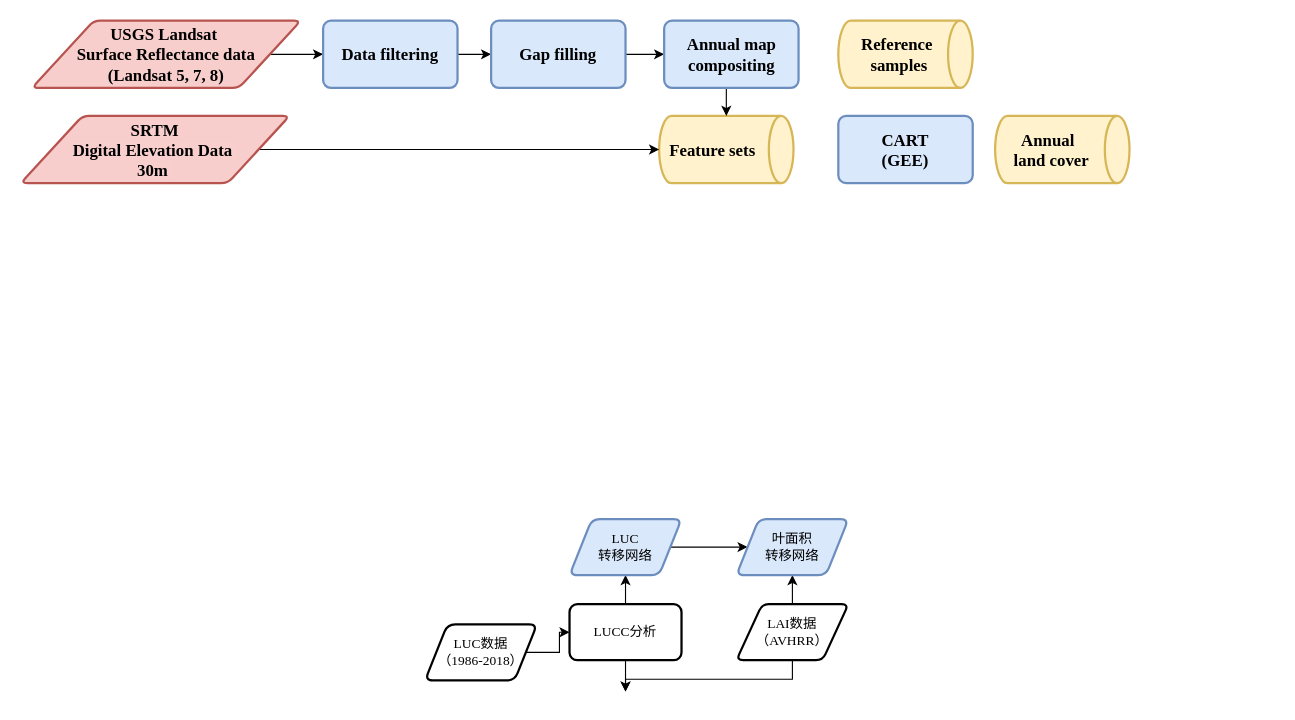
Earlier version of the draw.io diagram GEE_LC_GA.drawio (THRILLERLEMON/Draw.IO). Source tidied: cells renumbered, new cells numbered last; positions are measured from the earlier drawing's top-left corner, leaving out a move shared by most shapes. Both pictures are drawn from the tidied source at 112%, with x=0, y=0 at pixel (20, 20).
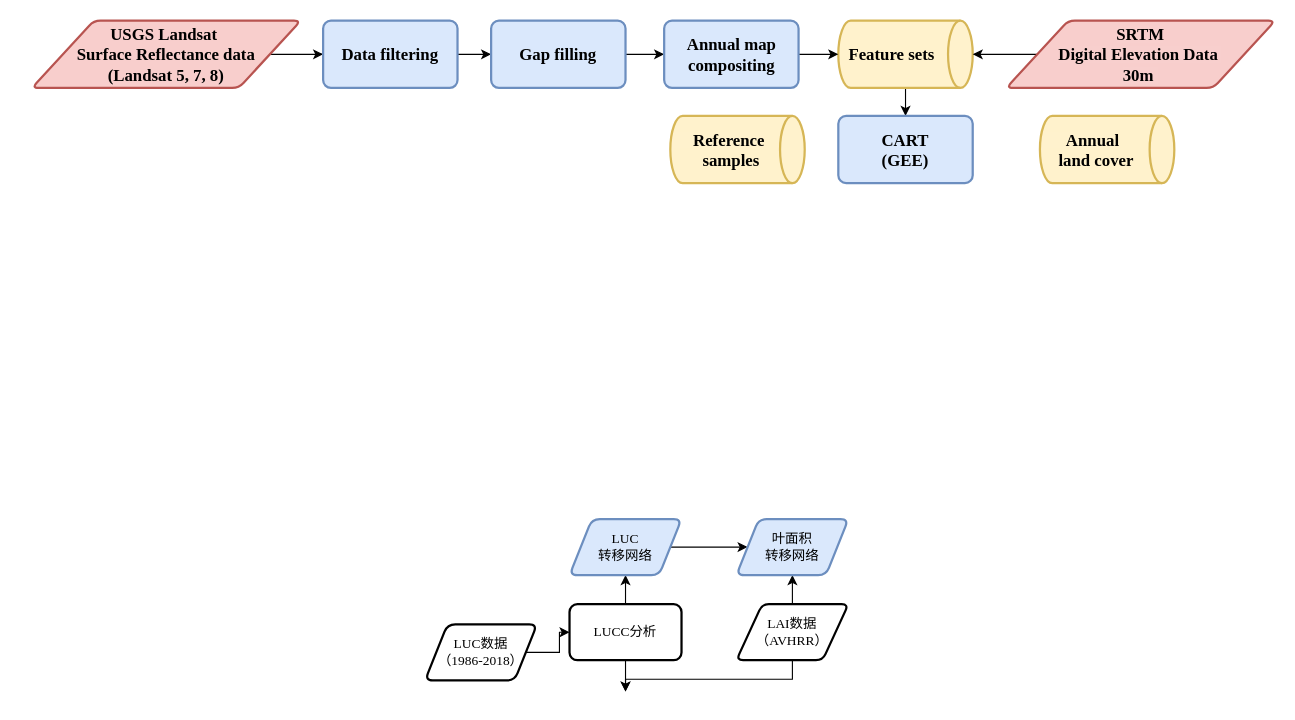
The same page after the edit.

The change refers to these unchanged cells:
```xml
<mxCell id="21" value="&lt;div style=&quot;resize: none ; outline: 0px ; font-size: 15px&quot;&gt;Annual map compositing&lt;/div&gt;" style="rounded=1;whiteSpace=wrap;html=1;absoluteArcSize=1;arcSize=14;strokeWidth=2;fontFamily=Times New Roman;fontSize=12;fontStyle=1;fillColor=#dae8fc;strokeColor=#6c8ebf;" parent="1" vertex="1">
  <mxGeometry x="574.5" width="120" height="60" as="geometry" />
</mxCell>
<mxCell id="25" value="&lt;div style=&quot;resize: none ; outline: 0px ; font-size: 15px&quot;&gt;CART&lt;/div&gt;&lt;div style=&quot;resize: none ; outline: 0px ; font-size: 15px&quot;&gt;(GEE)&lt;/div&gt;" style="rounded=1;whiteSpace=wrap;html=1;absoluteArcSize=1;arcSize=14;strokeWidth=2;fontFamily=Times New Roman;fontSize=12;fontStyle=1;fillColor=#dae8fc;strokeColor=#6c8ebf;" parent="1" vertex="1">
  <mxGeometry x="730" y="85" width="120" height="60" as="geometry" />
</mxCell>
```

Change to the diagram source:
```diff
@@
+    <mxCell id="27" style="edgeStyle=orthogonalEdgeStyle;rounded=0;jettySize=auto;html=1;exitX=0.5;exitY=1;exitDx=0;exitDy=0;exitPerimeter=0;entryX=0.5;entryY=0;entryDx=0;entryDy=0;" parent="1" edge="1" source="8" target="25">
+      <mxGeometry relative="1" as="geometry" />
+    </mxCell>
     <mxCell id="8" value="&lt;span style=&quot;font-size: 15px ; font-weight: 700&quot;&gt;&amp;nbsp; Feature sets&lt;/span&gt;" style="strokeWidth=2;html=1;shape=mxgraph.flowchart.direct_data;whiteSpace=wrap;fontFamily=Times New Roman;fontSize=12;align=left;fillColor=#fff2cc;strokeColor=#d6b656;" parent="1" vertex="1">
-      <mxGeometry x="570" y="85" width="120" height="60" as="geometry" />
+      <mxGeometry x="730" width="120" height="60" as="geometry" />
     </mxCell>
@@
-    <mxCell id="20" style="edgeStyle=orthogonalEdgeStyle;rounded=0;jettySize=auto;html=1;exitX=0.5;exitY=1;exitDx=0;exitDy=0;entryX=0.5;entryY=0;entryDx=0;entryDy=0;entryPerimeter=0;" parent="1" edge="1" source="21" target="8">
+    <mxCell id="20" style="edgeStyle=orthogonalEdgeStyle;rounded=0;jettySize=auto;html=1;exitX=1;exitY=0.5;exitDx=0;exitDy=0;entryX=0;entryY=0.5;entryDx=0;entryDy=0;entryPerimeter=0;" parent="1" edge="1" source="21" target="8">
       <mxGeometry relative="1" as="geometry" />
     </mxCell>
@@
-    <mxCell id="22" style="edgeStyle=orthogonalEdgeStyle;rounded=0;jettySize=auto;html=1;entryX=0;entryY=0.5;entryDx=0;entryDy=0;entryPerimeter=0;" parent="1" edge="1" source="23" target="8">
+    <mxCell id="22" style="edgeStyle=orthogonalEdgeStyle;rounded=0;jettySize=auto;html=1;entryX=1;entryY=0.5;entryDx=0;entryDy=0;entryPerimeter=0;" parent="1" edge="1" source="23" target="8">
       <mxGeometry relative="1" as="geometry" />
     </mxCell>
     <mxCell id="23" value="&lt;div style=&quot;resize: none ; outline: 0px ; font-size: 15px ; font-weight: 700&quot;&gt;&lt;span style=&quot;background-color: rgba(255 , 255 , 255 , 0.01)&quot;&gt;SRTM&lt;/span&gt;&lt;/div&gt;&lt;div style=&quot;resize: none ; outline: 0px ; font-size: 15px ; font-weight: 700&quot;&gt;&lt;span style=&quot;background-color: rgba(255 , 255 , 255 , 0.01)&quot;&gt;Digital Elevation Data&amp;nbsp;&lt;/span&gt;&lt;/div&gt;&lt;div style=&quot;resize: none ; outline: 0px ; font-size: 15px ; font-weight: 700&quot;&gt;&lt;span style=&quot;background-color: rgba(255 , 255 , 255 , 0.01)&quot;&gt;30m&amp;nbsp;&lt;/span&gt;&lt;br&gt;&lt;/div&gt;" style="shape=parallelogram;html=1;strokeWidth=2;perimeter=parallelogramPerimeter;whiteSpace=wrap;rounded=1;arcSize=12;size=0.23;fontFamily=Times New Roman;fontSize=12;fillColor=#f8cecc;strokeColor=#b85450;" parent="1" vertex="1">
-      <mxGeometry y="85" width="240" height="60" as="geometry" />
+      <mxGeometry x="880" width="240" height="60" as="geometry" />
     </mxCell>
     <mxCell id="24" value="&lt;span style=&quot;font-size: 15px ; font-weight: 700 ; text-align: center ; background-color: rgba(255 , 255 , 255 , 0.01)&quot;&gt;&amp;nbsp; &amp;nbsp; &amp;nbsp;Reference&lt;/span&gt;&lt;div style=&quot;resize: none ; outline: 0px ; font-size: 15px ; font-weight: 700 ; text-align: center&quot;&gt;&amp;nbsp; &amp;nbsp; &amp;nbsp; samples&lt;/div&gt;" style="strokeWidth=2;html=1;shape=mxgraph.flowchart.direct_data;whiteSpace=wrap;fontFamily=Times New Roman;fontSize=12;align=left;fillColor=#fff2cc;strokeColor=#d6b656;" parent="1" vertex="1">
-      <mxGeometry x="730" width="120" height="60" as="geometry" />
+      <mxGeometry x="580" y="85" width="120" height="60" as="geometry" />
     </mxCell>
@@
     <mxCell id="26" value="&lt;span style=&quot;font-size: 15px ; font-weight: 700 ; text-align: center ; background-color: rgba(255 , 255 , 255 , 0.01)&quot;&gt;&amp;nbsp; &amp;nbsp; &amp;nbsp; Annual&lt;/span&gt;&lt;div style=&quot;resize: none ; outline: 0px ; font-size: 15px ; font-weight: 700 ; text-align: center&quot;&gt;&amp;nbsp; &amp;nbsp; land cover&lt;/div&gt;" style="strokeWidth=2;html=1;shape=mxgraph.flowchart.direct_data;whiteSpace=wrap;fontFamily=Times New Roman;fontSize=12;align=left;fillColor=#fff2cc;strokeColor=#d6b656;" parent="1" vertex="1">
-      <mxGeometry x="870" y="85" width="120" height="60" as="geometry" />
+      <mxGeometry x="910" y="85" width="120" height="60" as="geometry" />
     </mxCell>
```
